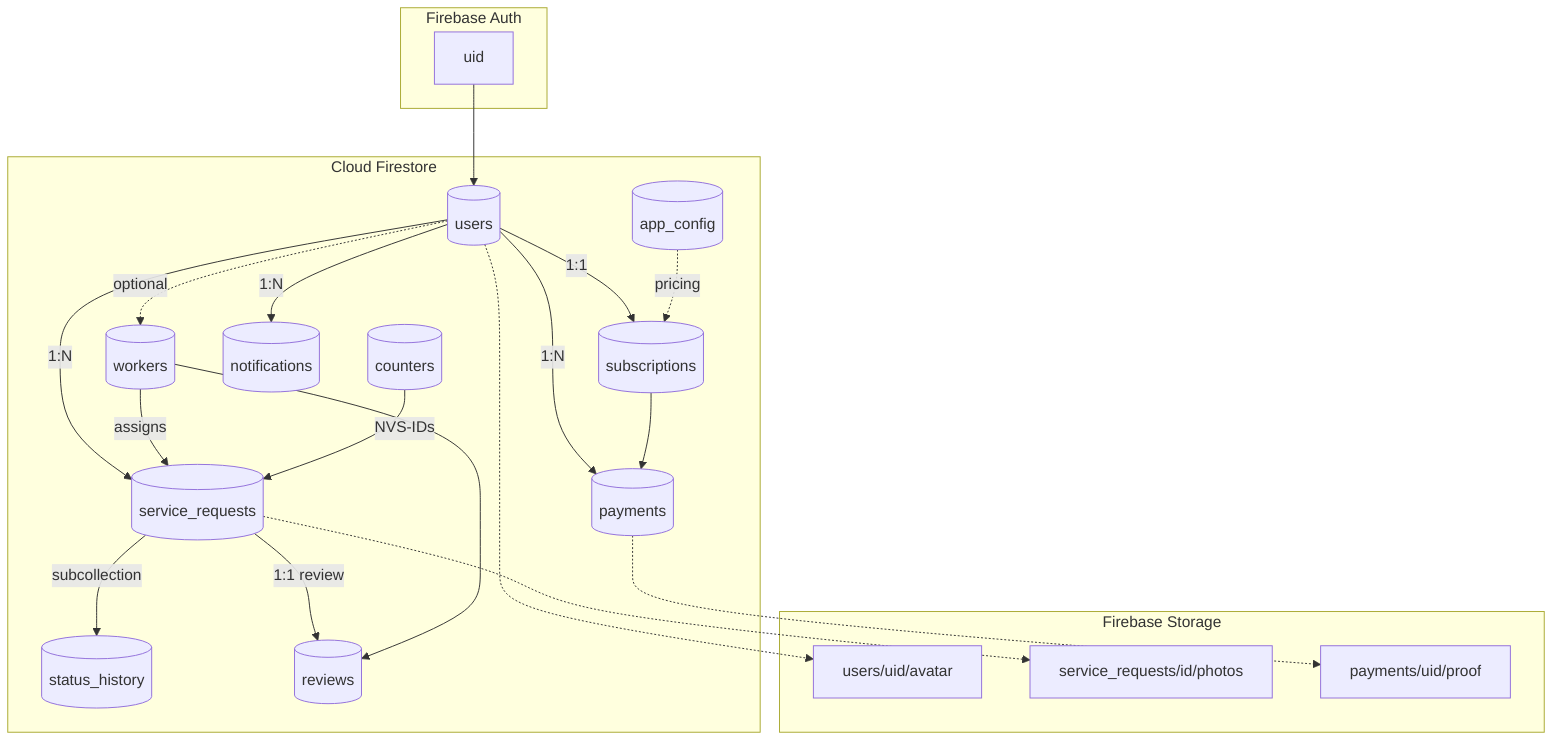
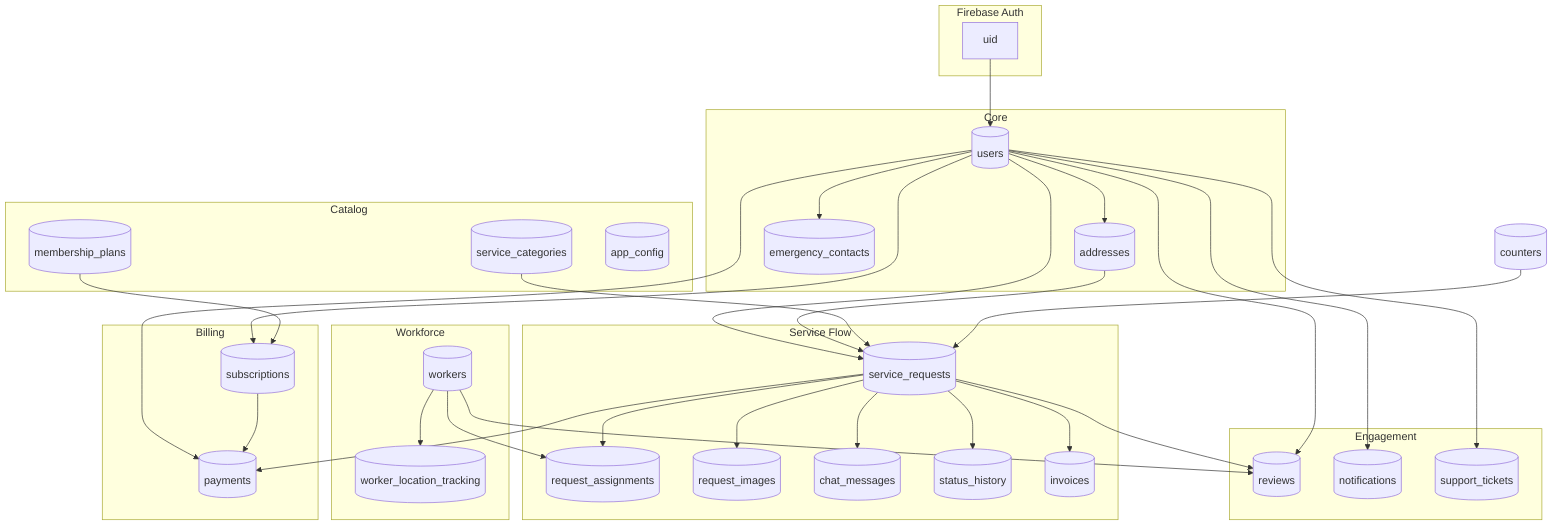
flowchart TB
    subgraph AUTH["Firebase Auth"]
        AUTH_UID["uid"]
    end

-     subgraph FIRESTORE["Cloud Firestore"]
+     subgraph CORE["Core"]
        U[("users")]
-         S[("subscriptions")]
+         A[("addresses")]
+         EC[("emergency_contacts")]
+     end
+ 
+     subgraph CATALOG["Catalog"]
+         SC[("service_categories")]
+         MP[("membership_plans")]
+         AC[("app_config")]
+     end
+ 
+     subgraph REQUESTS["Service Flow"]
        SR[("service_requests")]
+         RA[("request_assignments")]
+         RI[("request_images")]
+         CM[("chat_messages")]
        SH[("status_history")]
+         INV[("invoices")]
+     end
+ 
+     subgraph WORKFORCE["Workforce"]
        W[("workers")]
-         P[("payments")]
+         WLT[("worker_location_tracking")]
+     end
+ 
+     subgraph BILLING["Billing"]
+         SUB[("subscriptions")]
+         PAY[("payments")]
+     end
+ 
+     subgraph ENGAGEMENT["Engagement"]
        R[("reviews")]
        N[("notifications")]
-         AC[("app_config")]
-         C[("counters")]
- 
-         U -->|"1:1"| S
-         U -->|"1:N"| SR
-         U -->|"1:N"| P
-         U -->|"1:N"| N
-         U -.->|"optional"| W
-         W -->|"assigns"| SR
-         SR -->|"subcollection"| SH
-         SR -->|"1:1 review"| R
-         W --> R
-         S --> P
-         C -->|"NVS-IDs"| SR
-         AC -.->|"pricing"| S
+         ST[("support_tickets")]
    end

-     subgraph STORAGE["Firebase Storage"]
-         ST1["users/uid/avatar"]
-         ST2["service_requests/id/photos"]
-         ST3["payments/uid/proof"]
-     end
+     C[("counters")]

    AUTH_UID --> U
-     SR -.-> ST2
-     U -.-> ST1
-     P -.-> ST3
+     U --> A
+     U --> EC
+     U --> SR
+     U --> SUB
+     U --> PAY
+     U --> R
+     U --> N
+     U --> ST
+     A --> SR
+     SC --> SR
+     MP --> SUB
+     SR --> RA
+     SR --> RI
+     SR --> CM
+     SR --> SH
+     SR --> INV
+     SR --> PAY
+     SR --> R
+     W --> RA
+     W --> WLT
+     W --> R
+     SUB --> PAY
+     C --> SR
